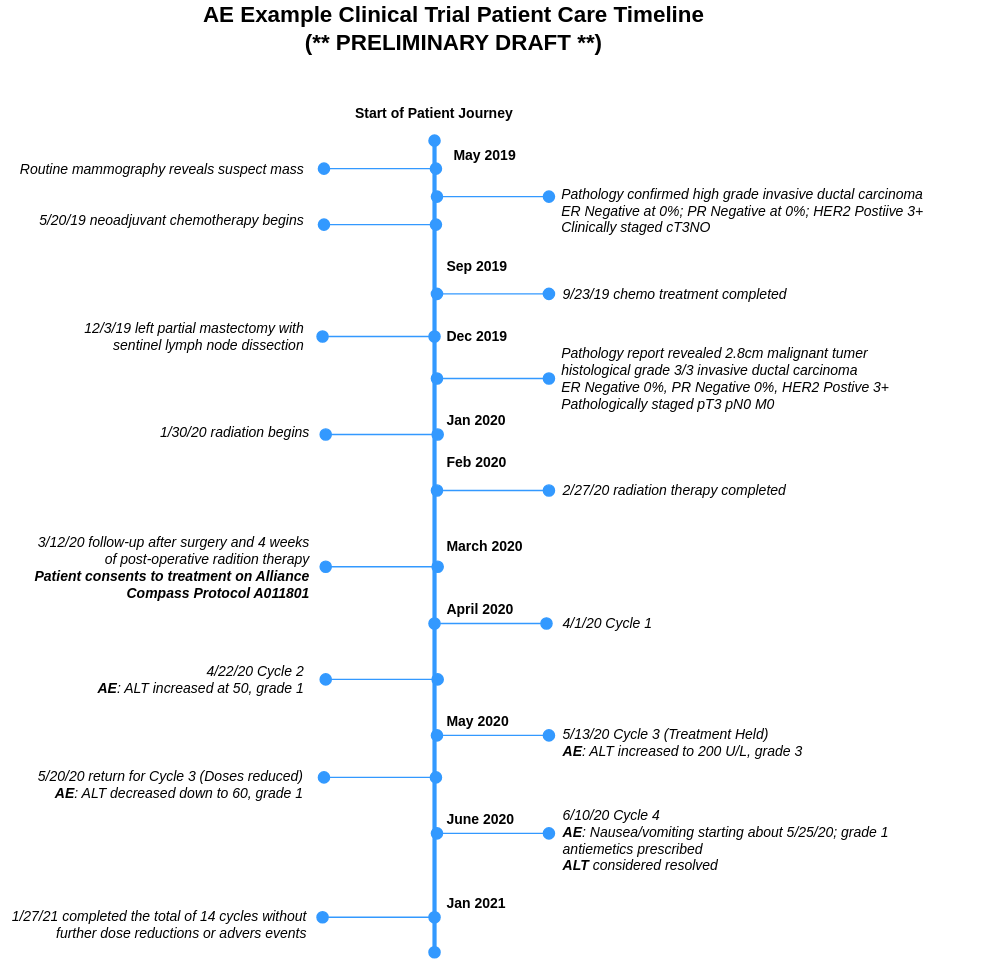
standardhealth/fsh-ae keeps this draw.io diagram as input/images/AE-mCODE-ClinicalTrial-PersonaTimeline.svg. Above is the earlier version. Source tidied: cells renumbered, new cells last; positions are measured from the earlier drawing's top-left corner, leaving out a move shared by most shapes.
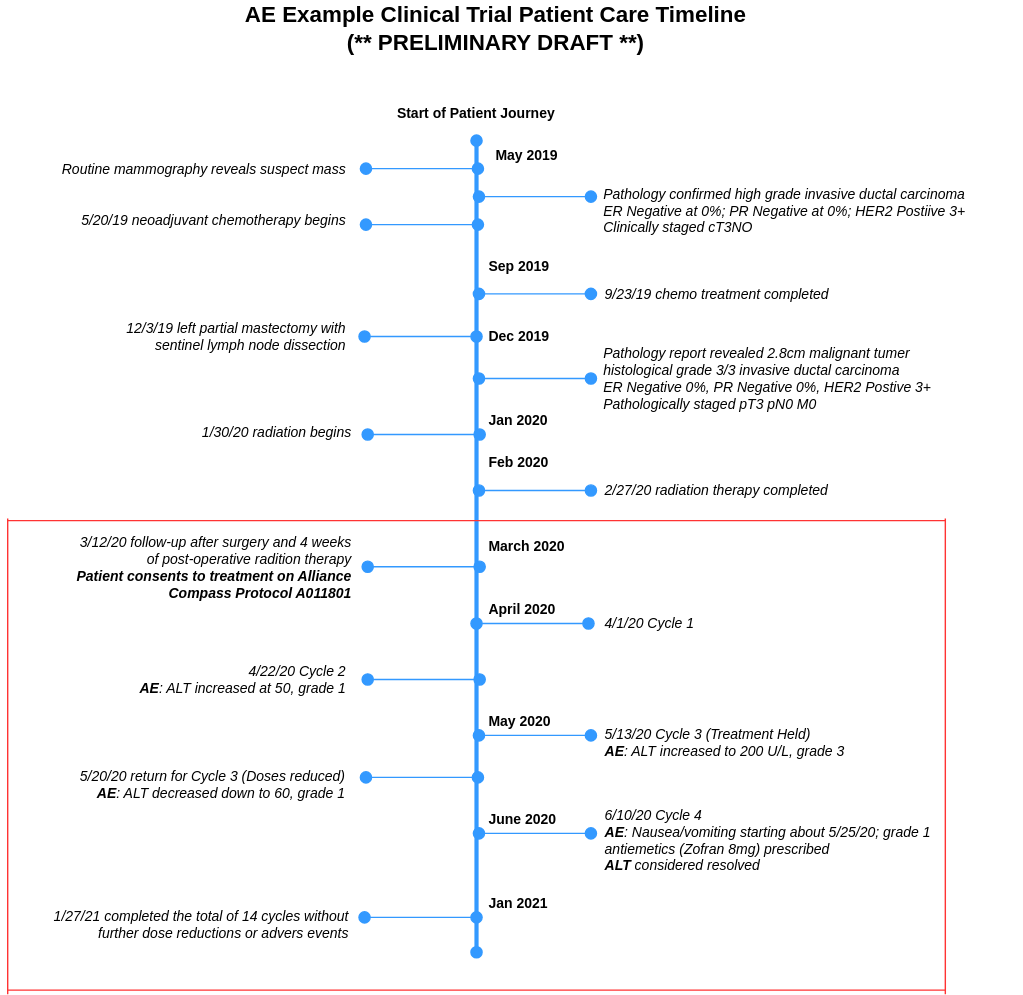
Later version of the same file.

What changed in the source:
```diff
@@ -50,7 +50,7 @@
     <mxCell id="13" value="&lt;div style=&quot;text-align: right&quot;&gt;&lt;span&gt;5/20/20 return for Cycle 3 (Doses reduced)&lt;/span&gt;&lt;/div&gt;&lt;div style=&quot;text-align: right&quot;&gt;&lt;b&gt;AE&lt;/b&gt;&lt;span&gt;: ALT decreased down to 60,&amp;nbsp;&lt;/span&gt;&lt;span&gt;grade 1&lt;/span&gt;&lt;/div&gt;" style="text;html=1;strokeColor=none;fillColor=none;align=left;verticalAlign=middle;whiteSpace=wrap;rounded=0;fontStyle=2;fontSize=10;" parent="1" vertex="1">
       <mxGeometry x="25" y="545" width="198" height="30" as="geometry" />
     </mxCell>
-    <mxCell id="14" value="6/10/20 Cycle 4&lt;br&gt;&lt;b&gt;AE&lt;/b&gt;: Nausea/vomiting starting about 5/25/20; grade 1&lt;br&gt;antiemetics prescribed&lt;br&gt;&lt;b&gt;ALT&lt;/b&gt; considered resolved&lt;span&gt;&lt;br&gt;&lt;/span&gt;" style="text;html=1;strokeColor=none;fillColor=none;align=left;verticalAlign=middle;whiteSpace=wrap;rounded=0;fontStyle=2;fontSize=10;" parent="1" vertex="1">
+    <mxCell id="14" value="6/10/20 Cycle 4&lt;br&gt;&lt;b&gt;AE&lt;/b&gt;: Nausea/vomiting starting about 5/25/20; grade 1&lt;br&gt;antiemetics (Zofran 8mg) prescribed&lt;br&gt;&lt;b&gt;ALT&lt;/b&gt; considered resolved&lt;span&gt;&lt;br&gt;&lt;/span&gt;" style="text;html=1;strokeColor=none;fillColor=none;align=left;verticalAlign=middle;whiteSpace=wrap;rounded=0;fontStyle=2;fontSize=10;" parent="1" vertex="1">
       <mxGeometry x="400" y="575" width="300" height="50" as="geometry" />
     </mxCell>
     <mxCell id="15" style="endArrow=oval;html=1;strokeColor=#3399FF;strokeWidth=1;endFill=1;startArrow=oval;startFill=1;endSize=8;startSize=8;" parent="1" edge="1">
@@ -179,5 +179,17 @@
         <mxPoint x="230" y="655" as="targetPoint" />
       </mxGeometry>
     </mxCell>
+    <mxCell id="45" style="line;strokeWidth=1;direction=south;html=1;strokeColor=#FF3333;" parent="1" vertex="1">
+      <mxGeometry x="-30" y="370" width="10" height="340" as="geometry" />
+    </mxCell>
+    <mxCell id="46" style="line;strokeWidth=1;direction=south;html=1;strokeColor=#FF3333;" parent="1" vertex="1">
+      <mxGeometry x="640" y="370" width="10" height="340" as="geometry" />
+    </mxCell>
+    <mxCell id="47" style="line;strokeWidth=1;html=1;strokeColor=#FF3333;" parent="1" vertex="1">
+      <mxGeometry x="-25" y="370" width="670" height="3" as="geometry" />
+    </mxCell>
+    <mxCell id="48" style="line;strokeWidth=1;html=1;strokeColor=#FF3333;" parent="1" vertex="1">
+      <mxGeometry x="-25" y="704" width="670" height="6" as="geometry" />
+    </mxCell>
   </root>
 </mxGraphModel>
```
